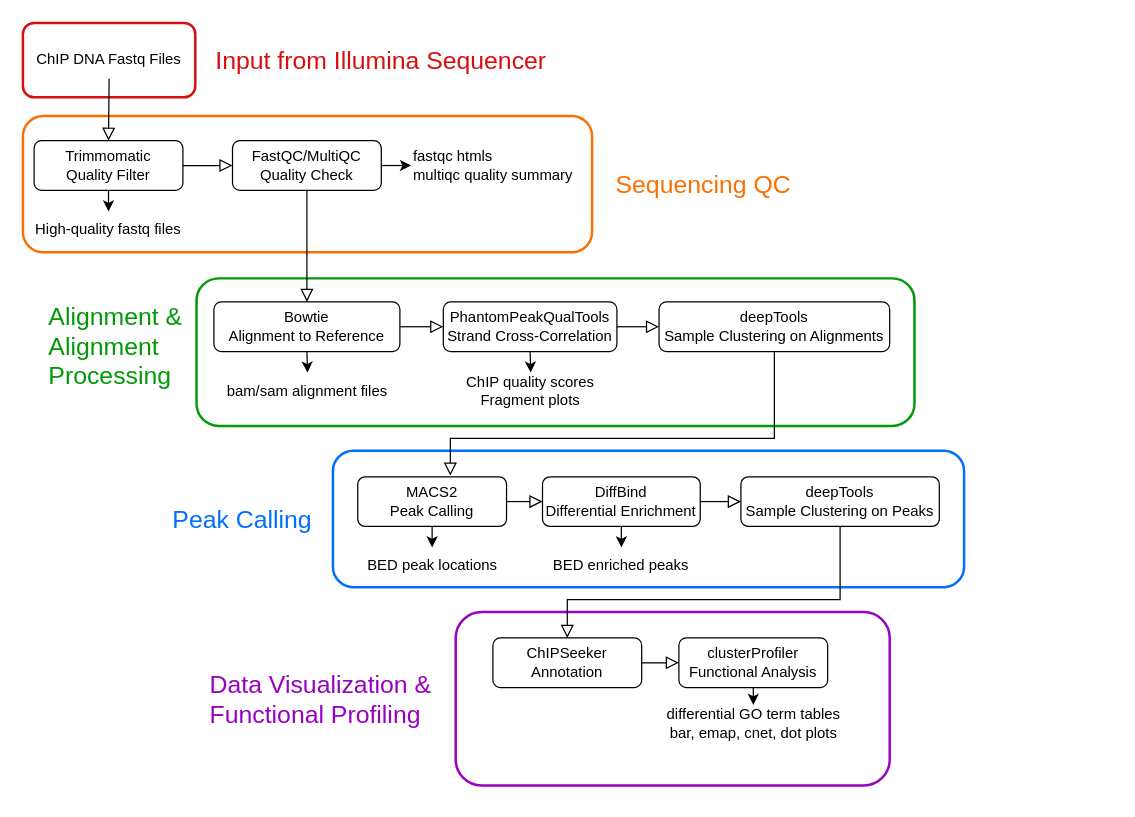
Before: ChiPseqWorkflow.drawio in kristina28/biocore-tutorials, a draw.io diagram. Source tidied: cells renumbered, new cells numbered last; positions are measured from the earlier drawing's top-left corner, leaving out a move shared by most shapes. Both pictures are drawn from the tidied source at 124%, with x=0, y=0 at pixel (22, 22).
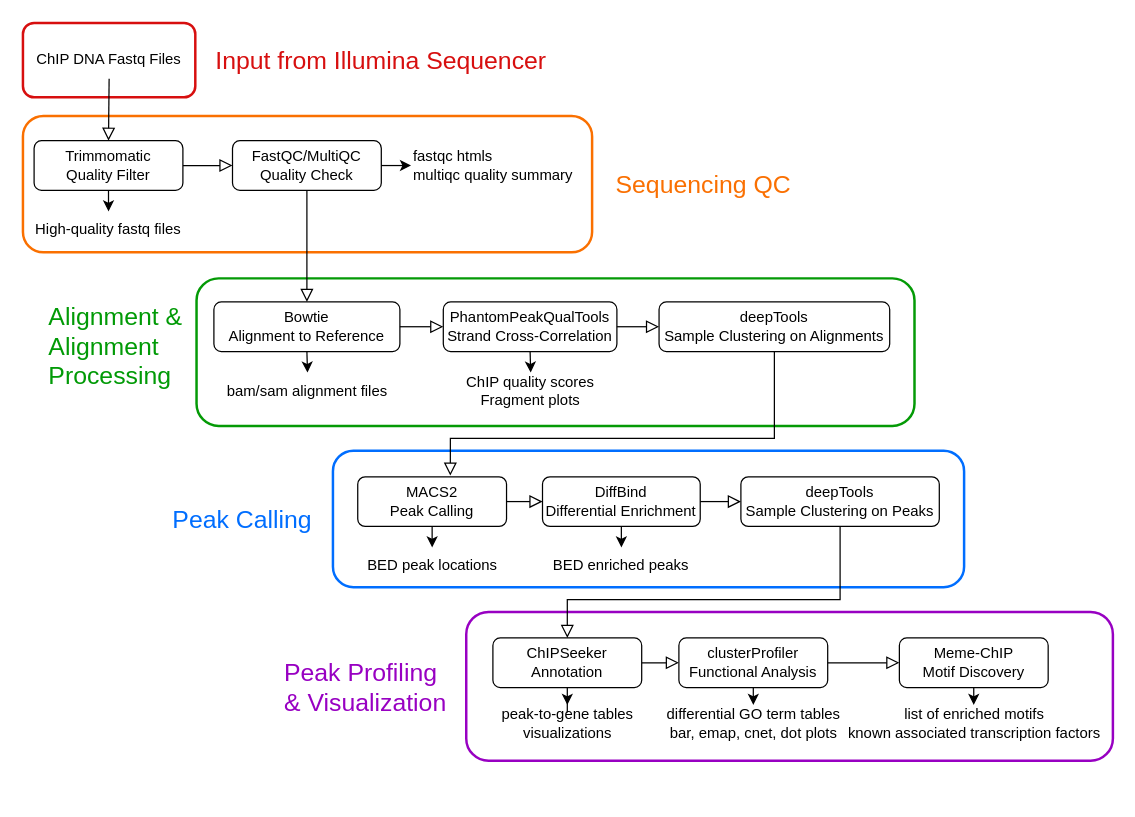
After the change.

Unchanged cells that the change refers to:
```xml
<mxCell id="11" value="ChIPSeeker&lt;br&gt;Annotation" style="rounded=1;whiteSpace=wrap;html=1;fontSize=12;glass=0;strokeWidth=1;shadow=0;" parent="1" vertex="1">
  <mxGeometry x="379" y="496" width="120" height="40" as="geometry" />
</mxCell>
<mxCell id="47" value="clusterProfiler&lt;br&gt;Functional Analysis" style="whiteSpace=wrap;html=1;rounded=1;glass=0;strokeWidth=1;shadow=0;" parent="1" vertex="1">
  <mxGeometry x="529" y="496" width="120" height="40" as="geometry" />
</mxCell>
```

What changed in the source:
```diff
@@
     <mxCell id="6" style="rounded=1;whiteSpace=wrap;html=1;fillColor=none;strokeWidth=2;strokeColor=#9800c2;" parent="1" vertex="1">
-      <mxGeometry x="349" y="475" width="350" height="140" as="geometry" />
+      <mxGeometry x="357.5" y="475" width="521.5" height="120" as="geometry" />
     </mxCell>
@@
+    <mxCell id="48" style="edgeStyle=orthogonalEdgeStyle;rounded=0;jettySize=auto;html=1;entryX=0.5;entryY=0;entryDx=0;entryDy=0;" parent="1" edge="1" source="11" target="49">
+      <mxGeometry relative="1" as="geometry" />
+    </mxCell>
@@
-    <mxCell id="28" style="edgeStyle=orthogonalEdgeStyle;rounded=0;orthogonalLoop=1;jettySize=auto;html=1;exitX=0.5;exitY=1;exitDx=0;exitDy=0;" parent="1" edge="1" source="6" target="6">
-      <mxGeometry relative="1" as="geometry" />
-    </mxCell>
@@
-    <mxCell id="33" value="Data Visualization &amp;amp;&lt;br&gt;Functional Profiling" style="text;html=1;strokeColor=none;fillColor=none;align=left;verticalAlign=middle;whiteSpace=wrap;rounded=0;fontSize=20;fontStyle=0;fontColor=#9800c2;" parent="1" vertex="1">
-      <mxGeometry x="149" y="530" width="185" height="30" as="geometry" />
+    <mxCell id="33" value="Peak Profiling&lt;br&gt;&amp;amp; Visualization" style="text;html=1;strokeColor=none;fillColor=none;align=left;verticalAlign=middle;whiteSpace=wrap;rounded=0;fontSize=20;fontStyle=0;fontColor=#9800c2;" parent="1" vertex="1">
+      <mxGeometry x="209" y="520" width="138" height="30" as="geometry" />
     </mxCell>
@@
+    <mxCell id="49" value="peak-to-gene tables&lt;br&gt;visualizations" style="text;html=1;strokeColor=none;fillColor=none;align=center;verticalAlign=middle;whiteSpace=wrap;rounded=0;" parent="1" vertex="1">
+      <mxGeometry x="357.5" y="550" width="163" height="30" as="geometry" />
+    </mxCell>
+    <mxCell id="50" value="Meme-ChIP&lt;br&gt;Motif Discovery" style="whiteSpace=wrap;html=1;rounded=1;glass=0;strokeWidth=1;shadow=0;" parent="1" vertex="1">
+      <mxGeometry x="706.8" y="496" width="120" height="40" as="geometry" />
+    </mxCell>
+    <mxCell id="51" style="edgeStyle=orthogonalEdgeStyle;rounded=0;jettySize=auto;html=1;endSize=8;endArrow=block;endFill=0;exitX=1;exitY=0.5;exitDx=0;exitDy=0;entryX=0;entryY=0.5;entryDx=0;entryDy=0;" parent="1" edge="1" source="47" target="50">
+      <mxGeometry relative="1" as="geometry" />
+    </mxCell>
+    <mxCell id="52" value="list of enriched motifs&lt;br&gt;known associated transcription factors" style="text;html=1;strokeColor=none;fillColor=none;align=center;verticalAlign=middle;whiteSpace=wrap;rounded=0;" parent="1" vertex="1">
+      <mxGeometry x="654.5" y="550" width="224.5" height="30" as="geometry" />
+    </mxCell>
+    <mxCell id="53" style="endArrow=classic;html=1;rounded=0;entryX=0.5;entryY=0;entryDx=0;entryDy=0;exitX=0.5;exitY=1;exitDx=0;exitDy=0;" parent="1" edge="1" source="50" target="52">
+      <mxGeometry relative="1" as="geometry" />
+    </mxCell>
```
